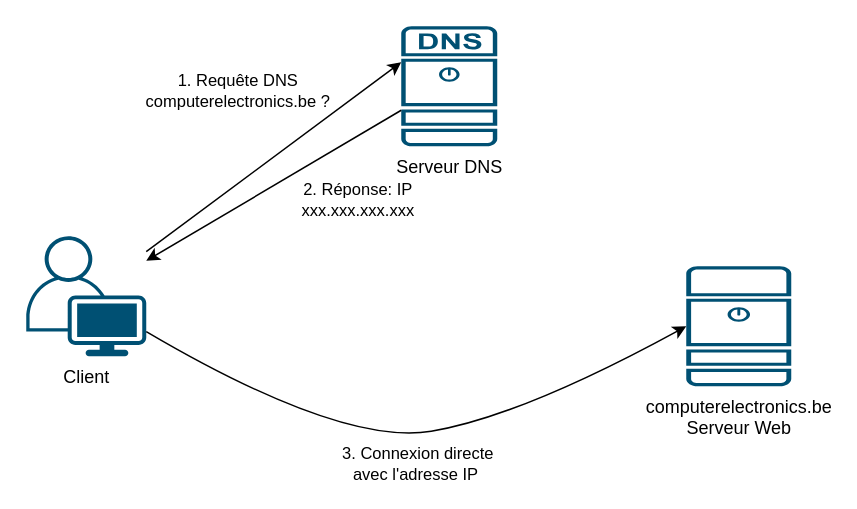
The draw.io diagram diagrams/dns_resolution_computerelectronics.drawio in choquitofrito/ActiveDirectory, before the edit. Source tidied: cells renumbered, new cells numbered last; positions are measured from the earlier drawing's top-left corner, leaving out a move shared by most shapes. Both pictures are drawn from the tidied source at 150%, with x=0, y=0 at pixel (26, 26).
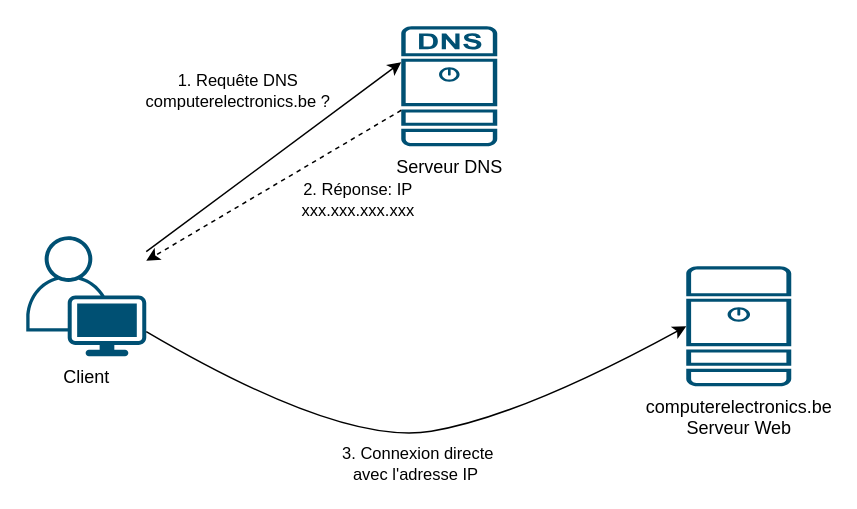
The same diagram, later.

Diff of the diagram source:
```diff
@@
 <mxGraphModel>
   <root>
     <mxCell id="0" />
     <mxCell id="1" parent="0" />
     <mxCell id="2" value="Client" style="points=[[0.35,0,0],[0.98,0.51,0],[1,0.71,0],[0.67,1,0],[0,0.795,0],[0,0.65,0]];verticalLabelPosition=bottom;sketch=0;html=1;verticalAlign=top;align=center;shape=mxgraph.cisco19.user;fillColor=#005073;strokeColor=none;" parent="1" vertex="1">
       <mxGeometry y="140" width="80" height="80" as="geometry" />
     </mxCell>
     <mxCell id="3" value="Serveur DNS" style="points=[[0.015,0.015,0],[0.985,0.015,0],[0.985,0.985,0],[0.015,0.985,0],[0.25,0,0],[0.5,0,0],[0.75,0,0],[1,0.25,0],[1,0.5,0],[1,0.75,0],[0.75,1,0],[0.5,1,0],[0.25,1,0],[0,0.75,0],[0,0.5,0],[0,0.25,0]];verticalLabelPosition=bottom;html=1;verticalAlign=top;align=center;shape=mxgraph.cisco19.dns_server;fillColor=#005073;strokeColor=none;" parent="1" vertex="1">
       <mxGeometry x="250" width="64" height="80" as="geometry" />
     </mxCell>
     <mxCell id="4" value="computerelectronics.be&#10;Serveur Web" style="points=[[0.015,0.015,0],[0.985,0.015,0],[0.985,0.985,0],[0.015,0.985,0],[0.25,0,0],[0.5,0,0],[0.75,0,0],[1,0.25,0],[1,0.5,0],[1,0.75,0],[0.75,1,0],[0.5,1,0],[0.25,1,0],[0,0.75,0],[0,0.5,0],[0,0.25,0]];verticalLabelPosition=bottom;html=1;verticalAlign=top;align=center;shape=mxgraph.cisco19.server;fillColor=#005073;strokeColor=none;" parent="1" vertex="1">
       <mxGeometry x="440" y="160" width="70" height="80" as="geometry" />
     </mxCell>
     <mxCell id="5" value="1. Requête DNS&#10;computerelectronics.be ?" style="endArrow=classic;html=1;entryX=0;entryY=0.3;entryDx=0;entryDy=0;" parent="1" edge="1" source="2" target="3">
       <mxGeometry x="0.07" y="50" relative="1" as="geometry" />
     </mxCell>
-    <mxCell id="6" value="2. Réponse: IP&#10;xxx.xxx.xxx.xxx" style="endArrow=classic;html=1;exitX=0;exitY=0.7;exitDx=0;exitDy=0;" parent="1" edge="1" source="3" target="2">
+    <mxCell id="6" value="2. Réponse: IP&#10;xxx.xxx.xxx.xxx" style="endArrow=classic;html=1;exitX=0;exitY=0.7;exitDx=0;exitDy=0;dashed=1;" parent="1" edge="1" source="3" target="2">
       <mxGeometry x="-0.43" y="37" relative="1" as="geometry" />
     </mxCell>
     <mxCell id="7" value="3. Connexion directe&lt;br&gt;avec l'adresse IP&amp;nbsp;" style="endArrow=classic;html=1;curved=1;entryX=0;entryY=0.5;entryDx=0;entryDy=0;" parent="1" edge="1" source="2" target="4">
       <mxGeometry y="-20" relative="1" as="geometry">
         <Array as="points">
           <mxPoint x="210" y="280" />
           <mxPoint x="330" y="260" />
         </Array>
       </mxGeometry>
     </mxCell>
   </root>
 </mxGraphModel>
```
